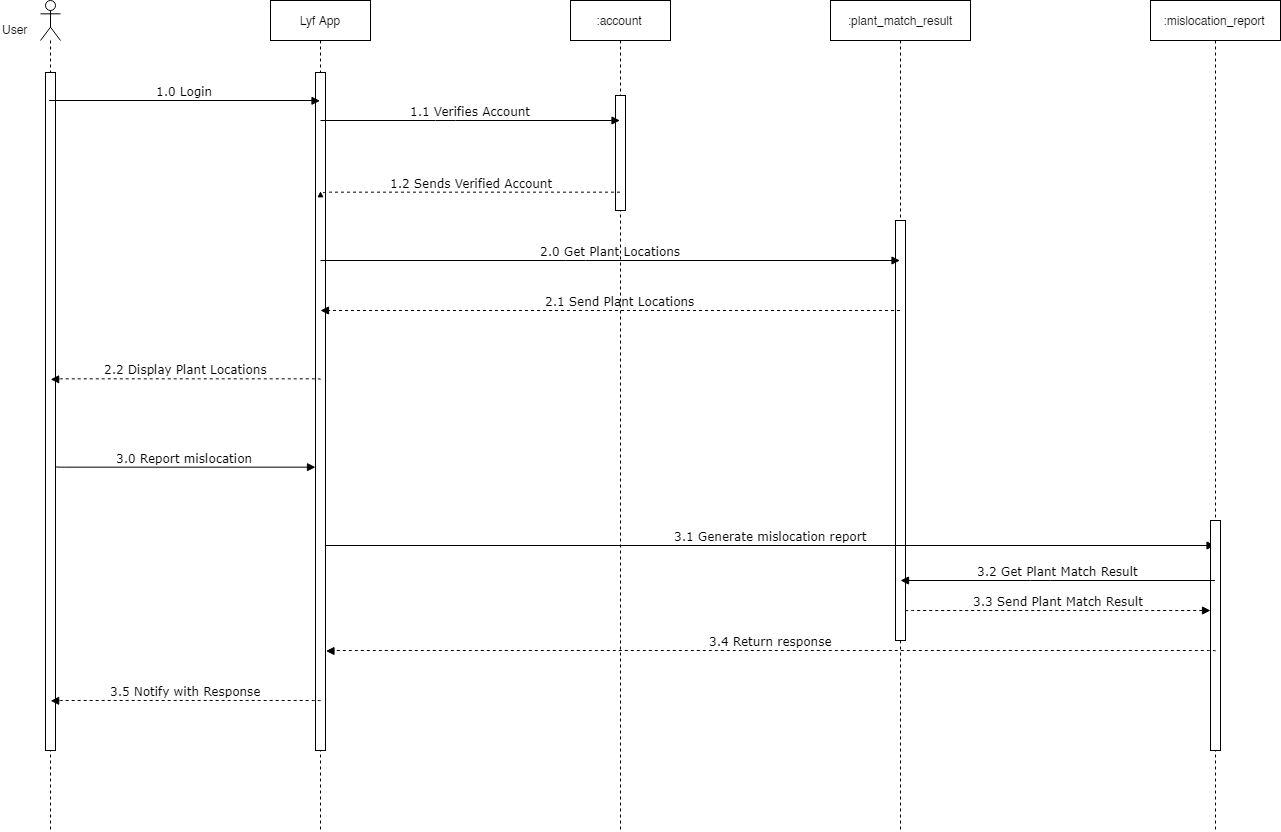
The draw.io diagram Documentations/Diagrams/7-Sequence Diagram/2-Report_Mislocation/Sequence Diagram - Report Mislocation.png in seans888/project--lyf, before a commit. Source tidied: cells renumbered, new cells last; positions are measured from the earlier drawing's top-left corner, leaving out a move shared by most shapes.
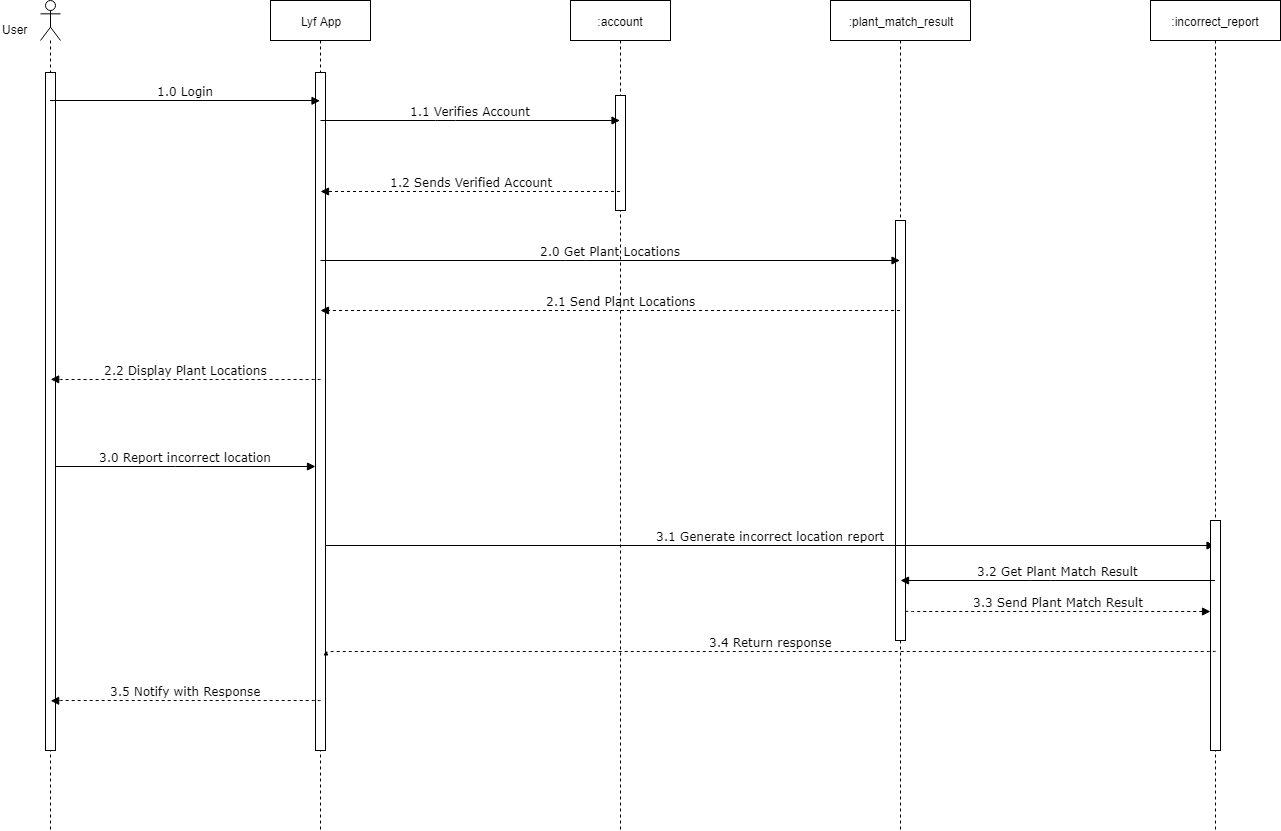
The same diagram one commit later.

What changed in the source:
```diff
@@ -62,17 +62,17 @@
         <mxPoint x="50.2" y="378.8" as="targetPoint" />
       </mxGeometry>
     </mxCell>
-    <mxCell id="17" value="3.0 Report mislocation" style="html=1;verticalAlign=bottom;endArrow=block;labelBackgroundColor=none;fontFamily=Verdana;fontSize=12;edgeStyle=elbowEdgeStyle;elbow=vertical;" parent="1" edge="1" target="3">
+    <mxCell id="17" value="3.0 Report incorrect location" style="html=1;verticalAlign=bottom;endArrow=block;labelBackgroundColor=none;fontFamily=Verdana;fontSize=12;edgeStyle=elbowEdgeStyle;elbow=vertical;" parent="1" edge="1" target="3">
       <mxGeometry relative="1" as="geometry">
         <mxPoint x="55" y="466" as="sourcePoint" />
       </mxGeometry>
     </mxCell>
-    <mxCell id="18" value="3.1 Generate mislocation report" style="html=1;verticalAlign=bottom;endArrow=block;labelBackgroundColor=none;fontFamily=Verdana;fontSize=12;edgeStyle=elbowEdgeStyle;elbow=vertical;" parent="1" edge="1" target="19">
+    <mxCell id="18" value="3.1 Generate incorrect location report" style="html=1;verticalAlign=bottom;endArrow=block;labelBackgroundColor=none;fontFamily=Verdana;fontSize=12;edgeStyle=elbowEdgeStyle;elbow=vertical;" parent="1" edge="1" target="19">
       <mxGeometry relative="1" as="geometry">
         <mxPoint x="325" y="545" as="sourcePoint" />
       </mxGeometry>
     </mxCell>
-    <mxCell id="19" value=":mislocation_report" style="shape=umlLifeline;perimeter=lifelinePerimeter;whiteSpace=wrap;html=1;outlineConnect=0;" parent="1" vertex="1">
+    <mxCell id="19" value=":incorrect_report" style="shape=umlLifeline;perimeter=lifelinePerimeter;whiteSpace=wrap;html=1;outlineConnect=0;" parent="1" vertex="1">
       <mxGeometry x="1150" width="130" height="830" as="geometry" />
     </mxCell>
     <mxCell id="20" style="html=1;points=[];perimeter=orthogonalPerimeter;" parent="19" vertex="1">
```
